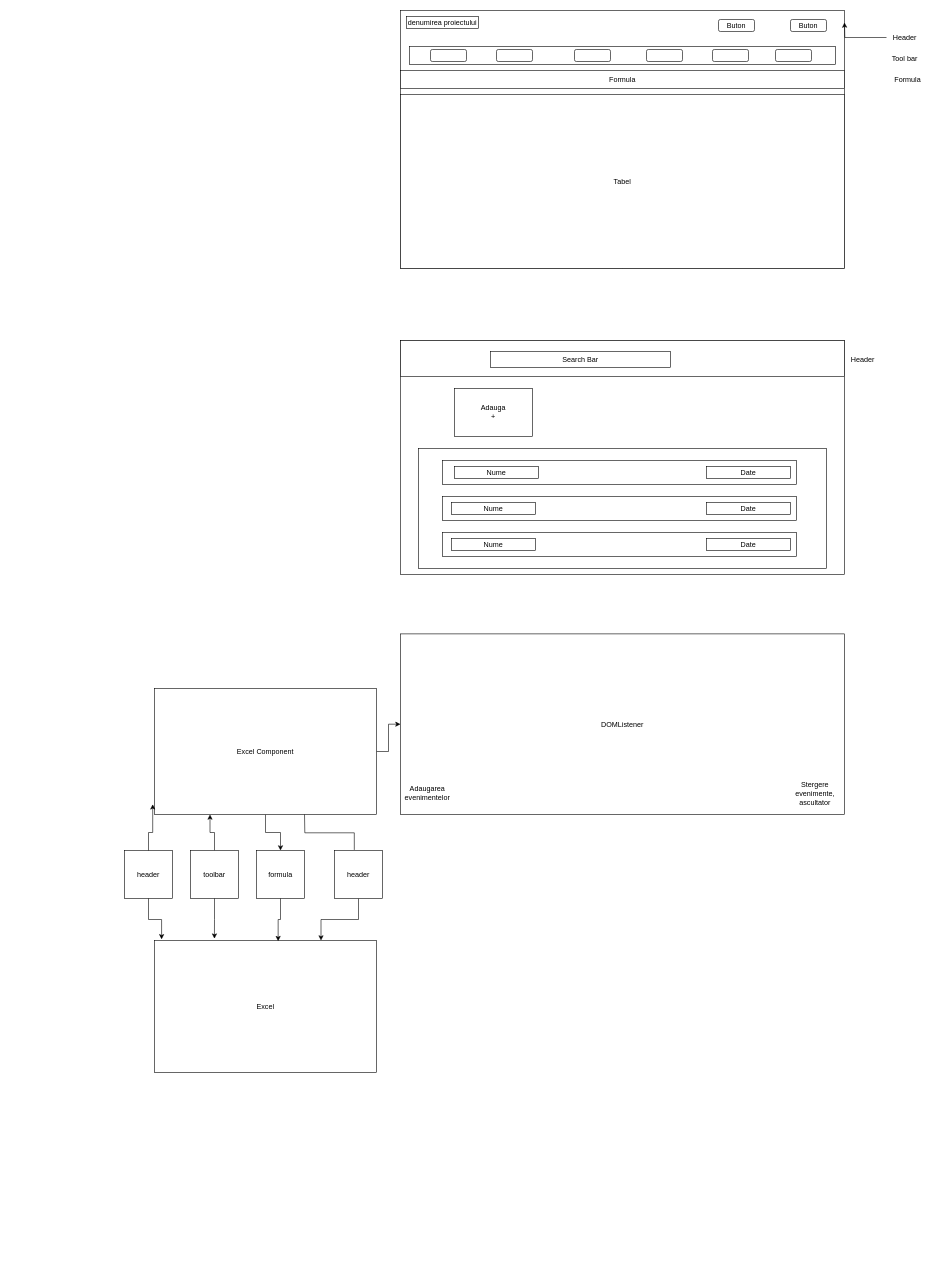
Earlier version of the draw.io diagram Untitled.drawio (acadelia/excel). Source tidied: cells renumbered, new cells numbered last; positions are measured from the earlier drawing's top-left corner, leaving out a move shared by most shapes. Both pictures are drawn from the tidied source at 60%, with x=0, y=0 at pixel (124, 10).
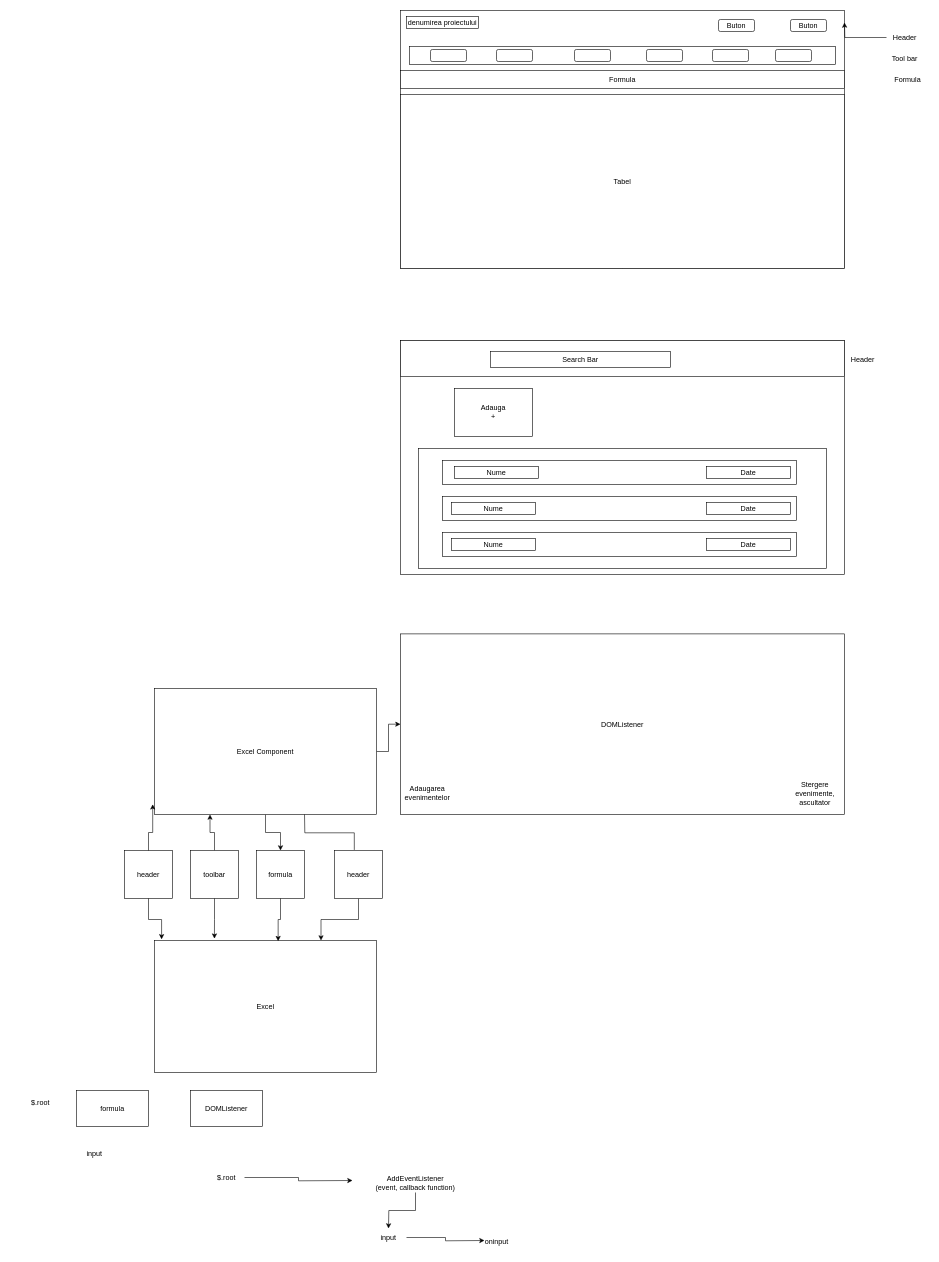
The same diagram, later.

The edit, as a diff of the source:
```diff
@@
+    <mxCell id="53" value="$.root" style="text;html=1;strokeColor=none;fillColor=none;align=center;verticalAlign=middle;whiteSpace=wrap;rounded=0;" parent="1" vertex="1">
+      <mxGeometry x="-190" y="1800" width="100" height="40" as="geometry" />
+    </mxCell>
+    <mxCell id="54" value="formula" style="rounded=0;whiteSpace=wrap;html=1;" parent="1" vertex="1">
+      <mxGeometry x="-80" y="1800" width="120" height="60" as="geometry" />
+    </mxCell>
+    <mxCell id="55" value="input" style="text;html=1;strokeColor=none;fillColor=none;align=center;verticalAlign=middle;whiteSpace=wrap;rounded=0;" parent="1" vertex="1">
+      <mxGeometry x="-80" y="1890" width="60" height="30" as="geometry" />
+    </mxCell>
+    <mxCell id="56" value="DOMListener" style="rounded=0;whiteSpace=wrap;html=1;" parent="1" vertex="1">
+      <mxGeometry x="110" y="1800" width="120" height="60" as="geometry" />
+    </mxCell>
+    <mxCell id="57" style="edgeStyle=orthogonalEdgeStyle;rounded=0;jettySize=auto;html=1;" parent="1" edge="1" source="58">
+      <mxGeometry relative="1" as="geometry">
+        <mxPoint x="380" y="1950" as="targetPoint" />
+      </mxGeometry>
+    </mxCell>
+    <mxCell id="58" value="$.root" style="text;html=1;strokeColor=none;fillColor=none;align=center;verticalAlign=middle;whiteSpace=wrap;rounded=0;" parent="1" vertex="1">
+      <mxGeometry x="140" y="1930" width="60" height="30" as="geometry" />
+    </mxCell>
+    <mxCell id="59" style="edgeStyle=orthogonalEdgeStyle;rounded=0;jettySize=auto;html=1;" parent="1" edge="1" source="60">
+      <mxGeometry relative="1" as="geometry">
+        <mxPoint x="440" y="2030" as="targetPoint" />
+      </mxGeometry>
+    </mxCell>
+    <mxCell id="60" value="AddEventListener&lt;br&gt;(event, callback function)" style="text;html=1;strokeColor=none;fillColor=none;align=center;verticalAlign=middle;whiteSpace=wrap;rounded=0;" parent="1" vertex="1">
+      <mxGeometry x="410" y="1940" width="150" height="30" as="geometry" />
+    </mxCell>
+    <mxCell id="61" style="edgeStyle=orthogonalEdgeStyle;rounded=0;jettySize=auto;html=1;" parent="1" edge="1" source="62">
+      <mxGeometry relative="1" as="geometry">
+        <mxPoint x="600" y="2050" as="targetPoint" />
+      </mxGeometry>
+    </mxCell>
+    <mxCell id="62" value="input" style="text;html=1;strokeColor=none;fillColor=none;align=center;verticalAlign=middle;whiteSpace=wrap;rounded=0;" parent="1" vertex="1">
+      <mxGeometry x="410" y="2030" width="60" height="30" as="geometry" />
+    </mxCell>
+    <mxCell id="63" value="oninput" style="text;html=1;align=center;verticalAlign=middle;strokeColor=none;fillColor=none;" parent="1" vertex="1">
+      <mxGeometry x="590" y="2038" width="60" height="30" as="geometry" />
+    </mxCell>
```
